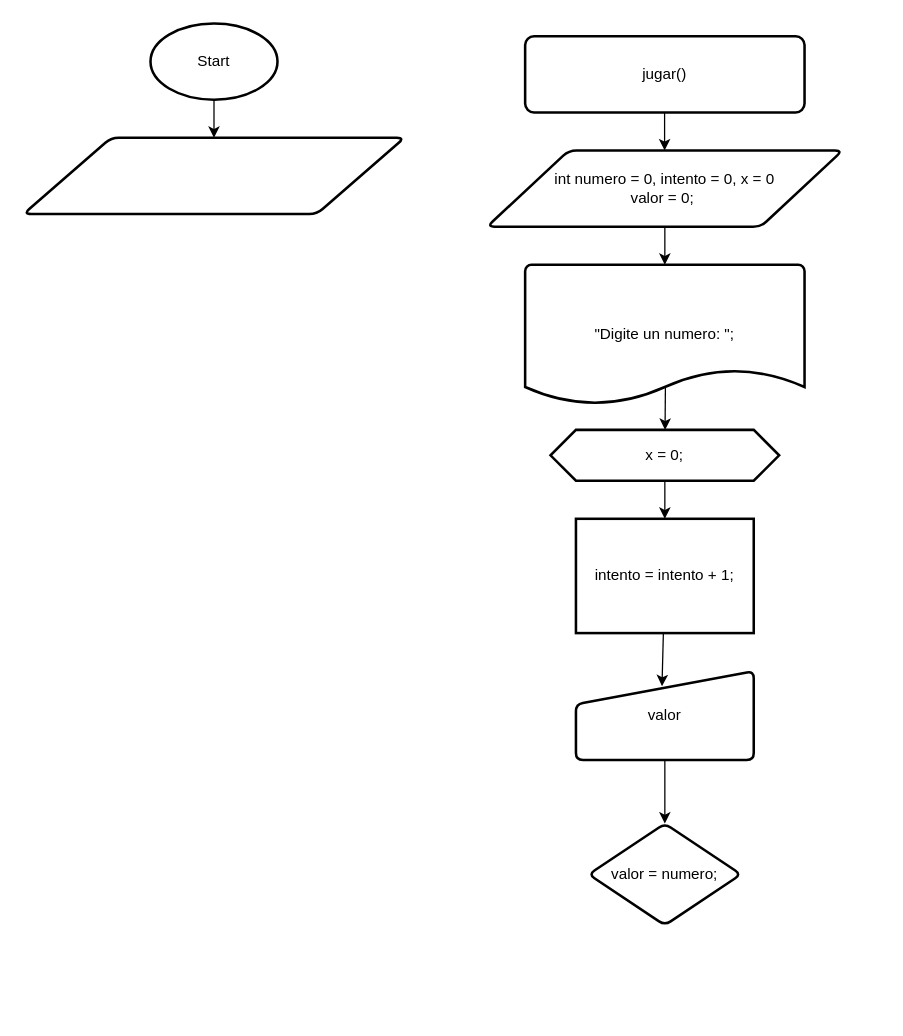
AnthonyLozadaAlexander/DiagramaDeFlujos keeps this draw.io diagram as NumeroAleatorio.drawio. Above is the earlier version. Source tidied: cells renumbered, new cells numbered last; positions are measured from the earlier drawing's top-left corner, leaving out a move shared by most shapes. Both pictures are drawn from the tidied source at 127%, with x=0, y=0 at pixel (23, 23).
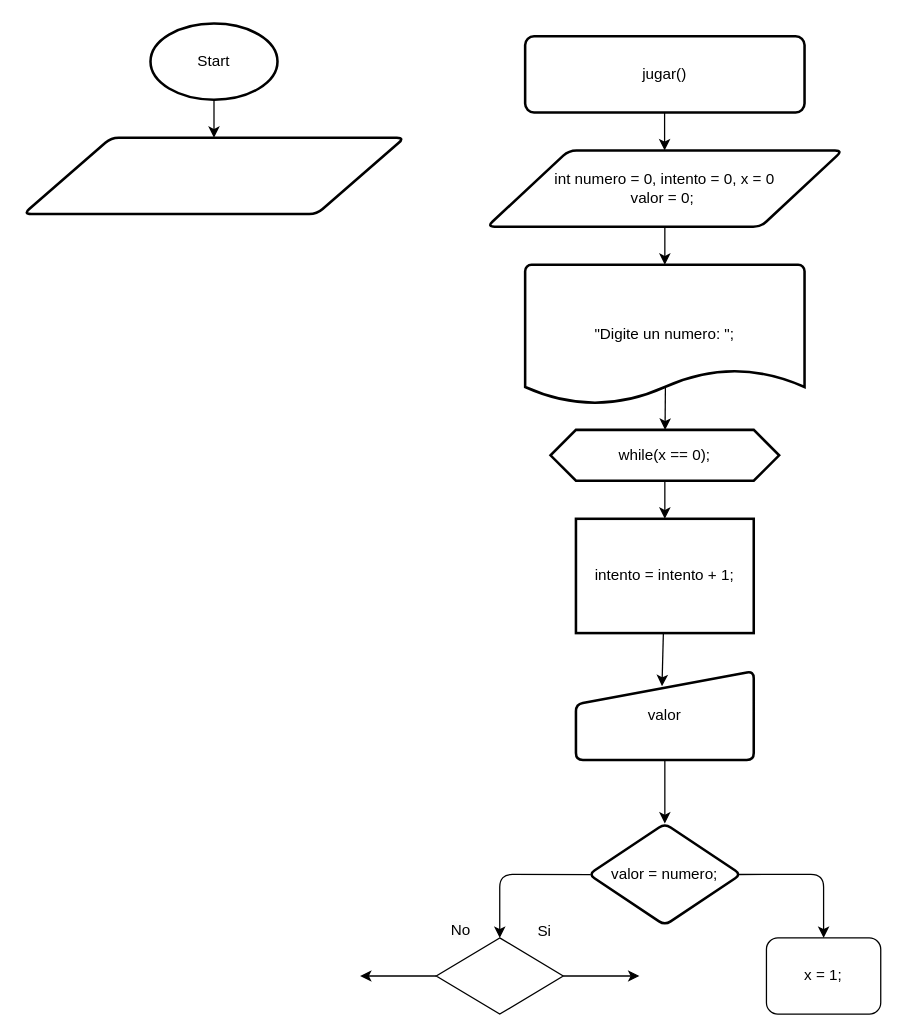
Above is the later version.

Commit message:
Actualizar diagrama de flujo del método de números aleatorios para corregir la lógica del bucle y mejorar la visualización.

Unchanged cells that the change refers to:
```xml
<mxCell id="17" value="valor = numero;" style="rhombus;whiteSpace=wrap;html=1;strokeWidth=2;rounded=1;arcSize=11;" parent="1" vertex="1">
  <mxGeometry x="445" y="630" width="120" height="80" as="geometry" />
</mxCell>
```

What changed in the source:
```diff
@@
-    <mxCell id="12" value="x = 0;" style="whiteSpace=wrap;html=1;strokeWidth=2;shape=hexagon;perimeter=hexagonPerimeter2;fixedSize=1;" parent="1" vertex="1">
+    <mxCell id="12" value="while(x == 0);" style="whiteSpace=wrap;html=1;strokeWidth=2;shape=hexagon;perimeter=hexagonPerimeter2;fixedSize=1;" parent="1" vertex="1">
       <mxGeometry x="415" y="320" width="180" height="40" as="geometry" />
     </mxCell>
@@
+    <mxCell id="18" style="edgeStyle=none;html=1;exitX=0.979;exitY=0.501;exitDx=0;exitDy=0;exitPerimeter=0;entryX=0.5;entryY=0;entryDx=0;entryDy=0;" parent="1" edge="1" source="17" target="20">
+      <mxGeometry relative="1" as="geometry">
+        <Array as="points">
+          <mxPoint x="630" y="670" />
+        </Array>
+      </mxGeometry>
+    </mxCell>
+    <mxCell id="19" style="edgeStyle=none;html=1;exitX=0.013;exitY=0.503;exitDx=0;exitDy=0;exitPerimeter=0;entryX=0.5;entryY=0;entryDx=0;entryDy=0;" parent="1" edge="1" source="17" target="23">
+      <mxGeometry relative="1" as="geometry">
+        <Array as="points">
+          <mxPoint x="375" y="670" />
+        </Array>
+      </mxGeometry>
+    </mxCell>
@@
+    <mxCell id="20" value="x = 1;" style="rounded=1;whiteSpace=wrap;html=1;" parent="1" vertex="1">
+      <mxGeometry x="585" y="720" width="90" height="60" as="geometry" />
+    </mxCell>
+    <mxCell id="21" style="edgeStyle=none;html=1;" parent="1" edge="1" source="23">
+      <mxGeometry relative="1" as="geometry">
+        <mxPoint x="265" y="750" as="targetPoint" />
+      </mxGeometry>
+    </mxCell>
+    <mxCell id="22" style="edgeStyle=none;html=1;" parent="1" edge="1" source="23">
+      <mxGeometry relative="1" as="geometry">
+        <mxPoint x="485" y="750" as="targetPoint" />
+      </mxGeometry>
+    </mxCell>
+    <mxCell id="23" style="rhombus;whiteSpace=wrap;html=1;" parent="1" vertex="1">
+      <mxGeometry x="325" y="720" width="100" height="60" as="geometry" />
+    </mxCell>
+    <mxCell id="24" value="Si" style="text;html=1;align=center;verticalAlign=middle;strokeColor=none;fillColor=none;" parent="1" vertex="1">
+      <mxGeometry x="395" y="700" width="30" height="30" as="geometry" />
+    </mxCell>
+    <mxCell id="25" value="&lt;span style=&quot;color: rgb(0, 0, 0); font-family: Helvetica; font-size: 12px; font-style: normal; font-variant-ligatures: normal; font-variant-caps: normal; font-weight: 400; letter-spacing: normal; orphans: 2; text-align: center; text-indent: 0px; text-transform: none; widows: 2; word-spacing: 0px; -webkit-text-stroke-width: 0px; white-space: nowrap; background-color: rgb(251, 251, 251); text-decoration-thickness: initial; text-decoration-style: initial; text-decoration-color: initial; float: none; display: inline !important;&quot;&gt;No&lt;/span&gt;" style="text;whiteSpace=wrap;html=1;" parent="1" vertex="1">
+      <mxGeometry x="335" y="700" width="40" height="40" as="geometry" />
+    </mxCell>
```
